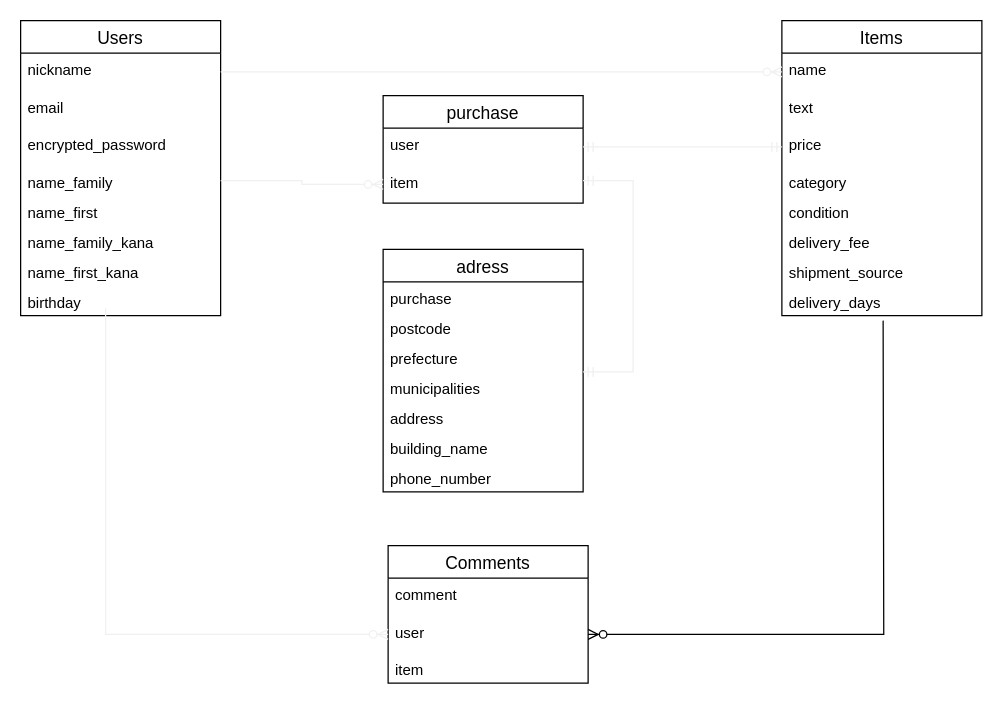
The draw.io diagram ER.dio in busimaru/furima-35906, before the edit. Source tidied: cells renumbered, new cells numbered last; positions are measured from the earlier drawing's top-left corner, leaving out a move shared by most shapes. Both pictures are drawn from the tidied source at 125%, with x=0, y=0 at pixel (20, 20).
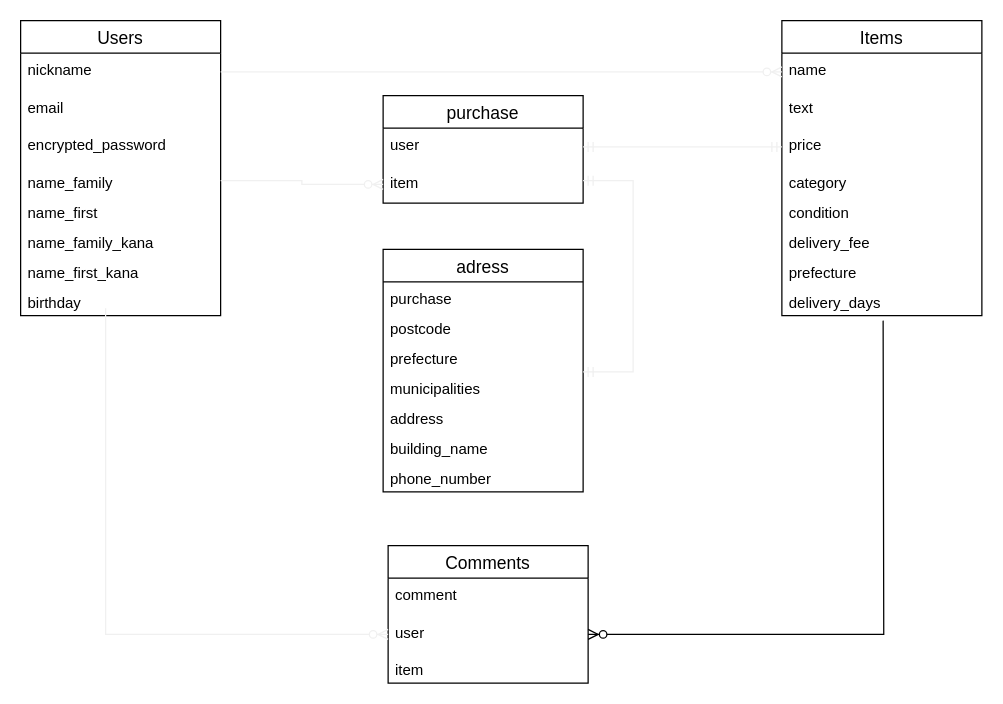
The same diagram, later.

Unchanged cells that the change refers to:
```xml
<mxCell id="11" value="Items" style="swimlane;fontStyle=0;horizontal=1;startSize=26;align=center;fontSize=14;" parent="1" vertex="1">
  <mxGeometry x="609" width="160" height="236" as="geometry" />
</mxCell>
```

What changed in the source:
```diff
@@
-    <mxCell id="18" value="shipment_source" style="text;strokeColor=none;fillColor=none;spacingLeft=4;spacingRight=4;overflow=hidden;fontSize=12;" parent="11" vertex="1">
+    <mxCell id="18" value="prefecture" style="text;strokeColor=none;fillColor=none;spacingLeft=4;spacingRight=4;overflow=hidden;fontSize=12;" parent="11" vertex="1">
       <mxGeometry y="188" width="160" height="24" as="geometry" />
     </mxCell>
```
